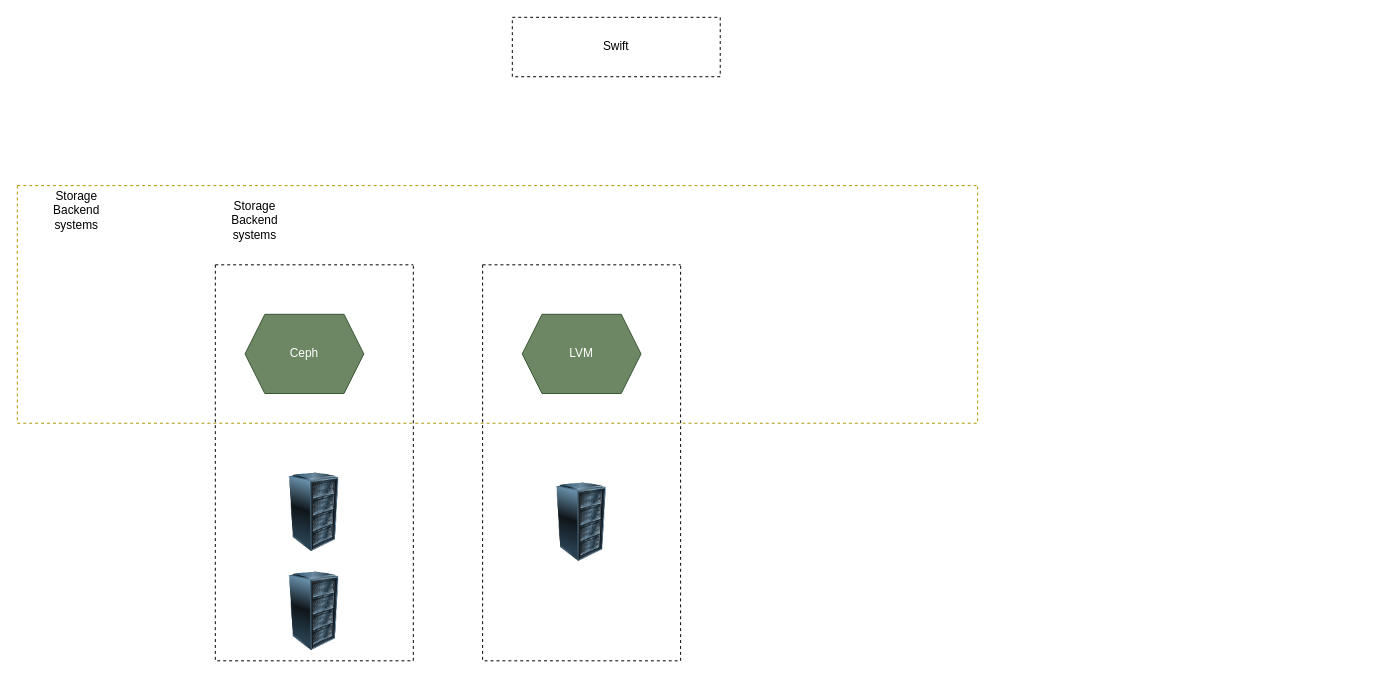
Before: page "Swift" (5 of 11) of content/en/docs/cloud/openstack/openstack.drawio in rakesh-core-org/knowledge-base, a draw.io diagram. Source tidied: cells renumbered, new cells numbered last; positions are measured from the earlier drawing's top-left corner, leaving out a move shared by most shapes. Both pictures are drawn from the tidied source at 99%, with x=0, y=0 at pixel (17, 17).
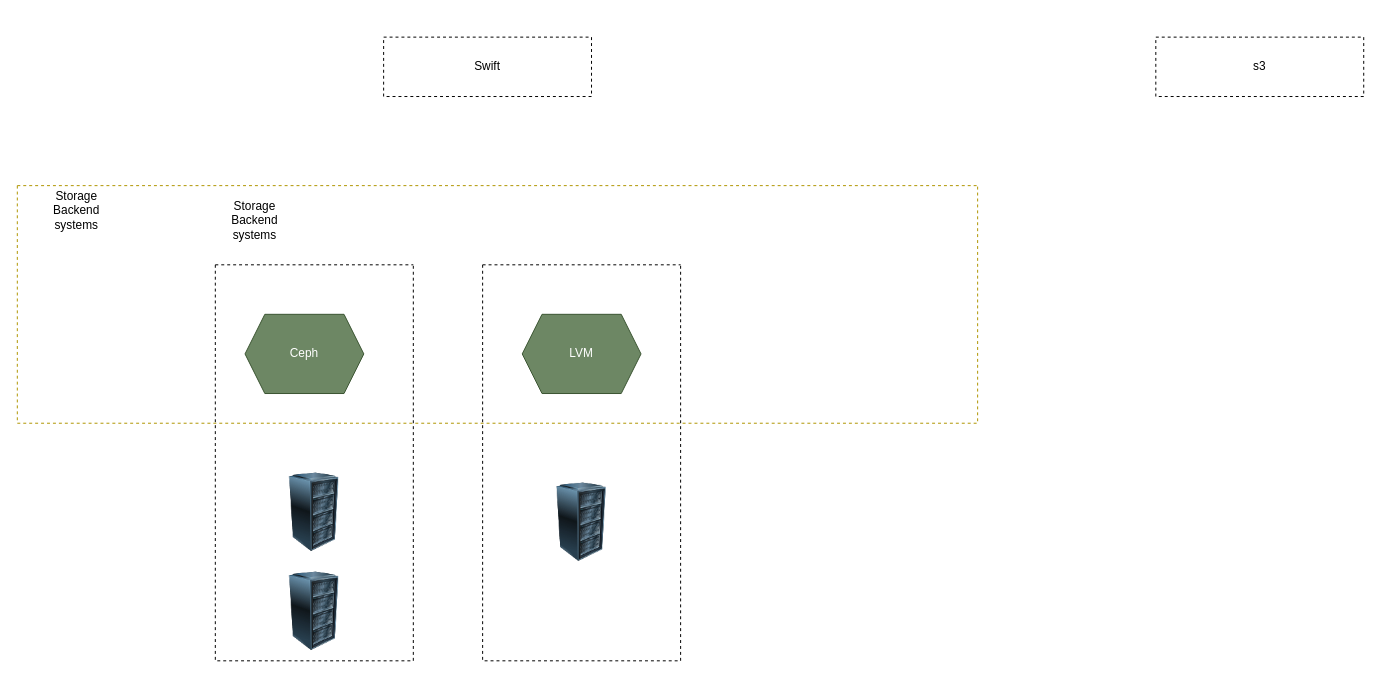
The same page after the edit.

The edit, as a diff of the source:
```diff
@@
 <mxGraphModel>
   <root>
     <mxCell id="0" />
     <mxCell id="1" parent="0" />
     <mxCell id="2" value="Swift&lt;br&gt;" style="rounded=0;whiteSpace=wrap;html=1;dashed=1;" parent="1" vertex="1">
-      <mxGeometry x="500" width="210" height="60" as="geometry" />
+      <mxGeometry x="370" y="20" width="210" height="60" as="geometry" />
     </mxCell>
     <mxCell id="3" style="swimlane;startSize=0;dashed=1;" parent="1" vertex="1">
       <mxGeometry x="200" y="250" width="200" height="400" as="geometry" />
     </mxCell>
     <mxCell id="4" value="Ceph" style="shape=hexagon;perimeter=hexagonPerimeter2;whiteSpace=wrap;html=1;fixedSize=1;fillColor=#6d8764;fontColor=#ffffff;strokeColor=#3A5431;" parent="3" vertex="1">
       <mxGeometry x="30" y="50" width="120" height="80" as="geometry" />
     </mxCell>
     <mxCell id="5" style="image;html=1;image=img/lib/clip_art/computers/Server_Rack_128x128.png;" parent="3" vertex="1">
       <mxGeometry x="60" y="210" width="80" height="80" as="geometry" />
     </mxCell>
     <mxCell id="6" style="image;html=1;image=img/lib/clip_art/computers/Server_Rack_128x128.png;" parent="3" vertex="1">
       <mxGeometry x="60" y="310" width="80" height="80" as="geometry" />
     </mxCell>
     <mxCell id="7" style="swimlane;startSize=0;dashed=1;" parent="1" vertex="1">
       <mxGeometry x="470" y="250" width="200" height="400" as="geometry" />
     </mxCell>
     <mxCell id="8" value="LVM" style="shape=hexagon;perimeter=hexagonPerimeter2;whiteSpace=wrap;html=1;fixedSize=1;fillColor=#6d8764;fontColor=#ffffff;strokeColor=#3A5431;" parent="7" vertex="1">
       <mxGeometry x="40" y="50" width="120" height="80" as="geometry" />
     </mxCell>
     <mxCell id="9" style="image;html=1;image=img/lib/clip_art/computers/Server_Rack_128x128.png;" parent="7" vertex="1">
       <mxGeometry x="60" y="220" width="80" height="80" as="geometry" />
     </mxCell>
     <mxCell id="10" value="Storage Backend systems" style="text;html=1;align=center;verticalAlign=middle;whiteSpace=wrap;rounded=0;" parent="1" vertex="1">
       <mxGeometry x="210" y="190" width="60" height="30" as="geometry" />
     </mxCell>
     <mxCell id="11" style="swimlane;startSize=0;dashed=1;fillColor=#e3c800;fontColor=#000000;strokeColor=#B09500;" parent="1" vertex="1">
       <mxGeometry y="170" width="970" height="240" as="geometry" />
     </mxCell>
     <mxCell id="12" value="Storage Backend systems" style="text;html=1;align=center;verticalAlign=middle;whiteSpace=wrap;rounded=0;" parent="11" vertex="1">
       <mxGeometry x="30" y="10" width="60" height="30" as="geometry" />
     </mxCell>
+    <mxCell id="13" value="s3" style="rounded=0;whiteSpace=wrap;html=1;dashed=1;" parent="1" vertex="1">
+      <mxGeometry x="1150" y="20" width="210" height="60" as="geometry" />
+    </mxCell>
   </root>
 </mxGraphModel>
```
